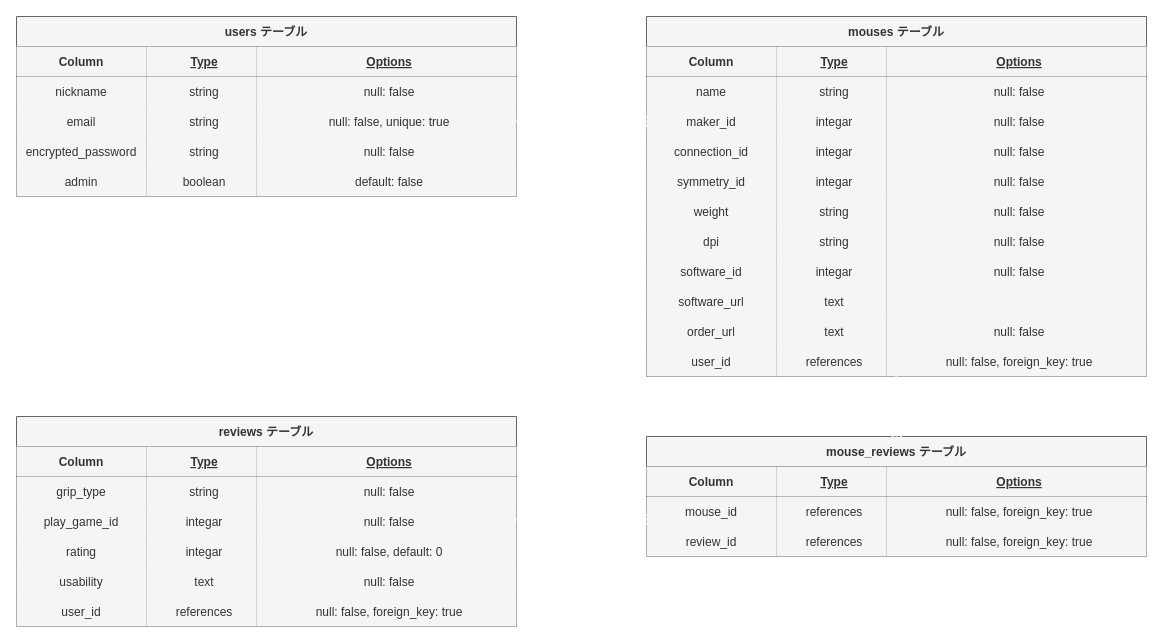
The draw.io diagram mouse_review.dio in NaoyukiG/mouse_review, before the edit. Source tidied: cells renumbered, new cells numbered last; positions are measured from the earlier drawing's top-left corner, leaving out a move shared by most shapes. Both pictures are drawn from the tidied source at 100%, with x=0, y=0 at pixel (16, 16).
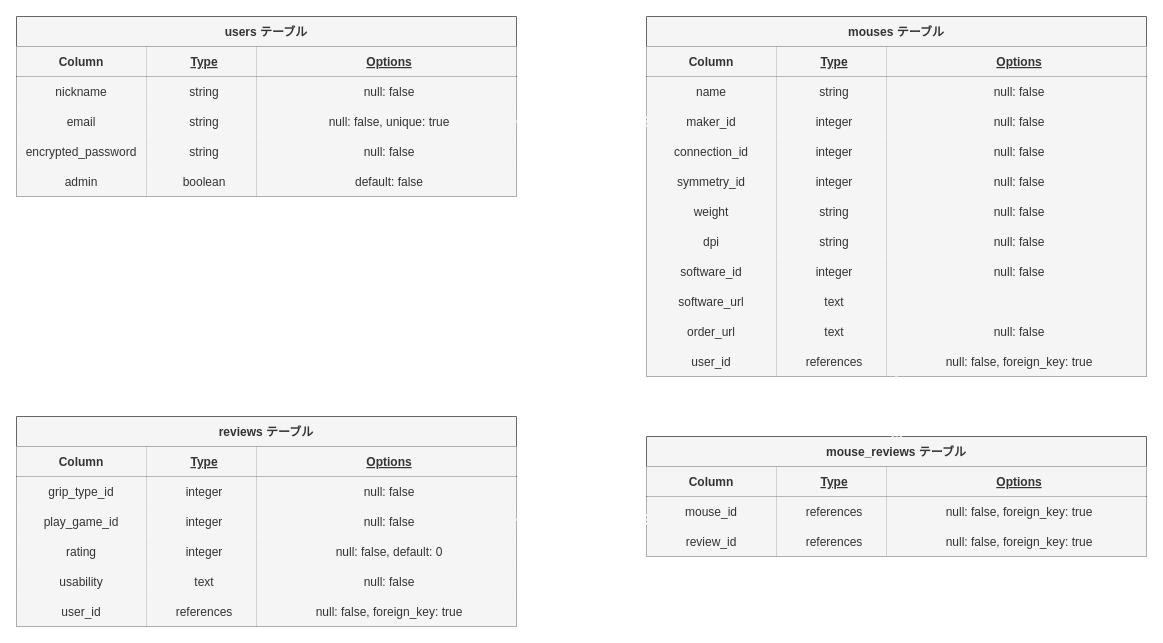
The same page after the edit.

The change refers to these unchanged cells:
```xml
<mxCell id="11" style="shape=partialRectangle;fillColor=none;top=0;left=0;bottom=0;right=0;points=[[0,0.5],[1,0.5]];portConstraint=eastwest;align=center;" parent="2" vertex="1">
  <mxGeometry y="90" width="500" height="30" as="geometry" />
</mxCell>
<mxCell id="15" style="shape=partialRectangle;fillColor=none;top=0;left=0;bottom=0;right=0;align=center;" parent="2" vertex="1">
  <mxGeometry y="120" width="500" height="30" as="geometry" />
</mxCell>
<mxCell id="19" style="shape=partialRectangle;fillColor=none;top=0;left=0;bottom=0;right=0;align=center;" parent="2" vertex="1">
  <mxGeometry y="150" width="500" height="30" as="geometry" />
</mxCell>
<mxCell id="31" style="shape=partialRectangle;fillColor=none;top=0;left=0;bottom=0;right=0;align=center;" parent="2" vertex="1">
  <mxGeometry y="240" width="500" height="30" as="geometry" />
</mxCell>
<mxCell id="75" style="shape=partialRectangle;fillColor=none;top=0;left=0;bottom=0;right=0;align=center;" parent="70" vertex="1">
  <mxGeometry y="60" width="500" height="30" as="geometry" />
</mxCell>
<mxCell id="79" style="shape=partialRectangle;fillColor=none;top=0;left=0;bottom=0;right=0;align=center;" parent="70" vertex="1">
  <mxGeometry y="90" width="500" height="30" as="geometry" />
</mxCell>
<mxCell id="83" style="shape=partialRectangle;fillColor=none;top=0;left=0;bottom=0;right=0;align=center;" parent="70" vertex="1">
  <mxGeometry y="120" width="500" height="30" as="geometry" />
</mxCell>
```

The edit, as a diff of the source:
```diff
@@
-    <mxCell id="13" value="integar" style="shape=partialRectangle;fillColor=#f5f5f5;top=0;left=0;bottom=0;right=0;align=center;spacingLeft=6;overflow=hidden;fontColor=#333333;strokeColor=#666666;" parent="11" vertex="1">
+    <mxCell id="13" value="integer" style="shape=partialRectangle;fillColor=#f5f5f5;top=0;left=0;bottom=0;right=0;align=center;spacingLeft=6;overflow=hidden;fontColor=#333333;strokeColor=#666666;" parent="11" vertex="1">
       <mxGeometry x="130" width="110" height="30" as="geometry" />
     </mxCell>
@@
-    <mxCell id="17" value="integar" style="shape=partialRectangle;fillColor=#f5f5f5;top=0;left=0;bottom=0;right=0;align=center;spacingLeft=6;overflow=hidden;fontColor=#333333;strokeColor=#666666;" parent="15" vertex="1">
+    <mxCell id="17" value="integer" style="shape=partialRectangle;fillColor=#f5f5f5;top=0;left=0;bottom=0;right=0;align=center;spacingLeft=6;overflow=hidden;fontColor=#333333;strokeColor=#666666;" parent="15" vertex="1">
       <mxGeometry x="130" width="110" height="30" as="geometry" />
     </mxCell>
@@
-    <mxCell id="21" value="integar" style="shape=partialRectangle;fillColor=#f5f5f5;top=0;left=0;bottom=0;right=0;align=center;spacingLeft=6;overflow=hidden;fontColor=#333333;strokeColor=#666666;" parent="19" vertex="1">
+    <mxCell id="21" value="integer" style="shape=partialRectangle;fillColor=#f5f5f5;top=0;left=0;bottom=0;right=0;align=center;spacingLeft=6;overflow=hidden;fontColor=#333333;strokeColor=#666666;" parent="19" vertex="1">
       <mxGeometry x="130" width="110" height="30" as="geometry" />
     </mxCell>
@@
-    <mxCell id="33" value="integar" style="shape=partialRectangle;fillColor=#f5f5f5;top=0;left=0;bottom=0;right=0;align=center;spacingLeft=6;overflow=hidden;fontColor=#333333;strokeColor=#666666;" parent="31" vertex="1">
+    <mxCell id="33" value="integer" style="shape=partialRectangle;fillColor=#f5f5f5;top=0;left=0;bottom=0;right=0;align=center;spacingLeft=6;overflow=hidden;fontColor=#333333;strokeColor=#666666;" parent="31" vertex="1">
       <mxGeometry x="130" width="110" height="30" as="geometry" />
     </mxCell>
@@
-    <mxCell id="76" value="grip_type" style="shape=partialRectangle;fillColor=#f5f5f5;top=0;left=0;bottom=0;right=0;overflow=hidden;align=center;fontColor=#333333;strokeColor=#666666;" parent="75" vertex="1">
+    <mxCell id="76" value="grip_type_id" style="shape=partialRectangle;fillColor=#f5f5f5;top=0;left=0;bottom=0;right=0;overflow=hidden;align=center;fontColor=#333333;strokeColor=#666666;" parent="75" vertex="1">
       <mxGeometry width="130" height="30" as="geometry" />
     </mxCell>
-    <mxCell id="77" value="string" style="shape=partialRectangle;fillColor=#f5f5f5;top=0;left=0;bottom=0;right=0;align=center;spacingLeft=6;overflow=hidden;fontColor=#333333;strokeColor=#666666;" parent="75" vertex="1">
+    <mxCell id="77" value="integer" style="shape=partialRectangle;fillColor=#f5f5f5;top=0;left=0;bottom=0;right=0;align=center;spacingLeft=6;overflow=hidden;fontColor=#333333;strokeColor=#666666;" parent="75" vertex="1">
       <mxGeometry x="130" width="110" height="30" as="geometry" />
     </mxCell>
@@
-    <mxCell id="81" value="integar" style="shape=partialRectangle;fillColor=#f5f5f5;top=0;left=0;bottom=0;right=0;align=center;spacingLeft=6;overflow=hidden;fontColor=#333333;strokeColor=#666666;" parent="79" vertex="1">
+    <mxCell id="81" value="integer" style="shape=partialRectangle;fillColor=#f5f5f5;top=0;left=0;bottom=0;right=0;align=center;spacingLeft=6;overflow=hidden;fontColor=#333333;strokeColor=#666666;" parent="79" vertex="1">
       <mxGeometry x="130" width="110" height="30" as="geometry" />
     </mxCell>
@@
-    <mxCell id="85" value="integar" style="shape=partialRectangle;fillColor=#f5f5f5;top=0;left=0;bottom=0;right=0;align=center;spacingLeft=6;overflow=hidden;fontColor=#333333;strokeColor=#666666;" parent="83" vertex="1">
+    <mxCell id="85" value="integer" style="shape=partialRectangle;fillColor=#f5f5f5;top=0;left=0;bottom=0;right=0;align=center;spacingLeft=6;overflow=hidden;fontColor=#333333;strokeColor=#666666;" parent="83" vertex="1">
       <mxGeometry x="130" width="110" height="30" as="geometry" />
     </mxCell>
```
